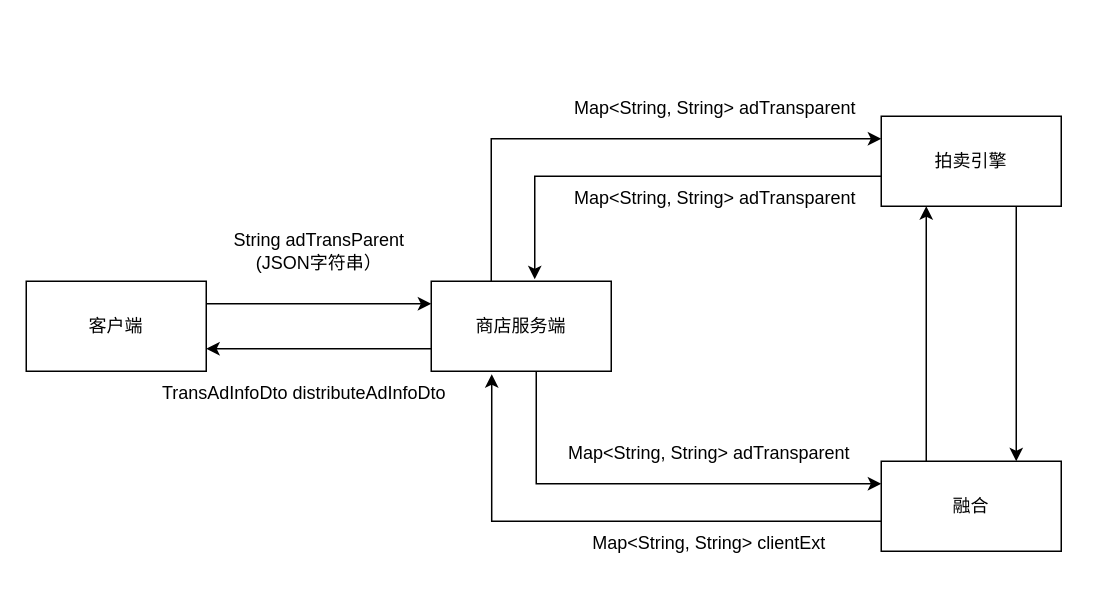
Above: 广告透传.drawio in ETHAN0430/draw.io.repo (draw.io), before the change. Source tidied: cells renumbered, new cells numbered last; positions are measured from the earlier drawing's top-left corner, leaving out a move shared by most shapes. Both pictures are drawn from the tidied source at 150%, with x=0, y=0 at pixel (26, 86).
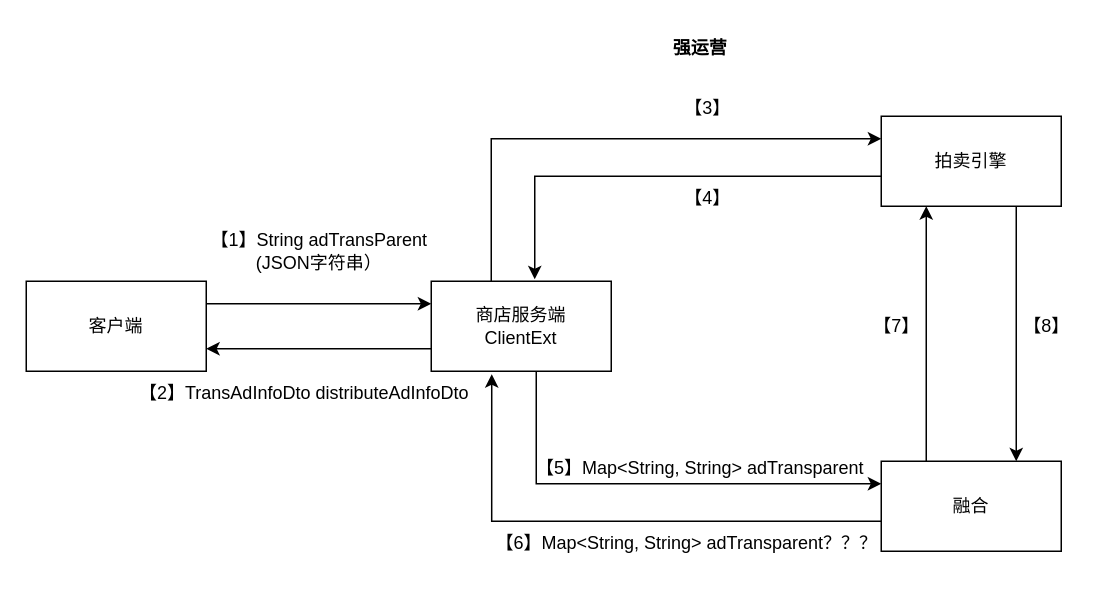
Above is the later version.

Commit message (it also covers changes not shown here):
更新广告透传.drawio

Diff of the diagram source:
```diff
@@
-    <mxCell id="7" value="商店服务端" style="rounded=0;whiteSpace=wrap;html=1;" parent="1" vertex="1">
+    <mxCell id="7" value="商店服务端&lt;br&gt;&lt;span style=&quot;text-wrap: nowrap;&quot;&gt;ClientExt&lt;/span&gt;" style="rounded=0;whiteSpace=wrap;html=1;" parent="1" vertex="1">
       <mxGeometry x="270" y="130" width="120" height="60" as="geometry" />
     </mxCell>
@@
-    <mxCell id="12" value="TransAdInfoDto distributeAdInfoDto" style="text;html=1;align=center;verticalAlign=middle;strokeColor=none;fillColor=none;" parent="1" vertex="1">
-      <mxGeometry x="80" y="190" width="210" height="30" as="geometry" />
+    <mxCell id="12" value="【2】TransAdInfoDto distributeAdInfoDto" style="text;html=1;align=center;verticalAlign=middle;strokeColor=none;fillColor=none;" parent="1" vertex="1">
+      <mxGeometry x="65" y="190" width="240" height="30" as="geometry" />
     </mxCell>
-    <mxCell id="13" value="String adTransParent&lt;br&gt;(JSON字符串）" style="text;html=1;align=center;verticalAlign=middle;strokeColor=none;fillColor=none;" parent="1" vertex="1">
-      <mxGeometry x="125" y="90" width="140" height="40" as="geometry" />
+    <mxCell id="13" value="【1】String adTransParent&lt;br&gt;(JSON字符串）" style="text;html=1;align=center;verticalAlign=middle;strokeColor=none;fillColor=none;" parent="1" vertex="1">
+      <mxGeometry x="110" y="90" width="170" height="40" as="geometry" />
     </mxCell>
-    <mxCell id="14" value="Map&amp;lt;String, String&amp;gt; clientExt" style="text;html=1;align=center;verticalAlign=middle;strokeColor=none;fillColor=none;" parent="1" vertex="1">
-      <mxGeometry x="365" y="290" width="180" height="30" as="geometry" />
+    <mxCell id="14" value="【5】Map&amp;lt;String, String&amp;gt; adTransparent" style="text;html=1;align=center;verticalAlign=middle;strokeColor=none;fillColor=none;" parent="1" vertex="1">
+      <mxGeometry x="329" y="240" width="240" height="30" as="geometry" />
     </mxCell>
-    <mxCell id="15" value="Map&amp;lt;String, String&amp;gt; adTransparent" style="text;html=1;align=center;verticalAlign=middle;strokeColor=none;fillColor=none;" parent="1" vertex="1">
-      <mxGeometry x="350" y="230" width="210" height="30" as="geometry" />
+    <mxCell id="15" value="【6】Map&amp;lt;String, String&amp;gt; adTransparent？？？" style="text;html=1;align=center;verticalAlign=middle;strokeColor=none;fillColor=none;" parent="1" vertex="1">
+      <mxGeometry x="300" y="290" width="280" height="30" as="geometry" />
     </mxCell>
@@
-    <mxCell id="18" value="Map&amp;lt;String, String&amp;gt; adTransparent" style="text;html=1;align=center;verticalAlign=middle;strokeColor=none;fillColor=none;" parent="1" vertex="1">
-      <mxGeometry x="354" width="210" height="30" as="geometry" />
+    <mxCell id="18" value="【3】" style="text;html=1;align=center;verticalAlign=middle;strokeColor=none;fillColor=none;" parent="1" vertex="1">
+      <mxGeometry x="429" width="50" height="30" as="geometry" />
     </mxCell>
-    <mxCell id="19" value="Map&amp;lt;String, String&amp;gt; adTransparent" style="text;html=1;align=center;verticalAlign=middle;strokeColor=none;fillColor=none;" parent="1" vertex="1">
-      <mxGeometry x="354" y="60" width="210" height="30" as="geometry" />
+    <mxCell id="19" value="【4】" style="text;html=1;align=center;verticalAlign=middle;strokeColor=none;fillColor=none;" parent="1" vertex="1">
+      <mxGeometry x="429" y="60" width="50" height="30" as="geometry" />
     </mxCell>
+    <mxCell id="20" value="强运营" style="text;html=1;align=center;verticalAlign=middle;strokeColor=none;fillColor=none;fontStyle=1;" parent="1" vertex="1">
+      <mxGeometry x="419" y="-40" width="60" height="30" as="geometry" />
+    </mxCell>
+    <mxCell id="21" value="【8】" style="text;html=1;align=center;verticalAlign=middle;strokeColor=none;fillColor=none;" parent="1" vertex="1">
+      <mxGeometry x="655" y="145" width="50" height="30" as="geometry" />
+    </mxCell>
+    <mxCell id="22" value="【7】" style="text;html=1;align=center;verticalAlign=middle;strokeColor=none;fillColor=none;" parent="1" vertex="1">
+      <mxGeometry x="555" y="145" width="50" height="30" as="geometry" />
+    </mxCell>
```
